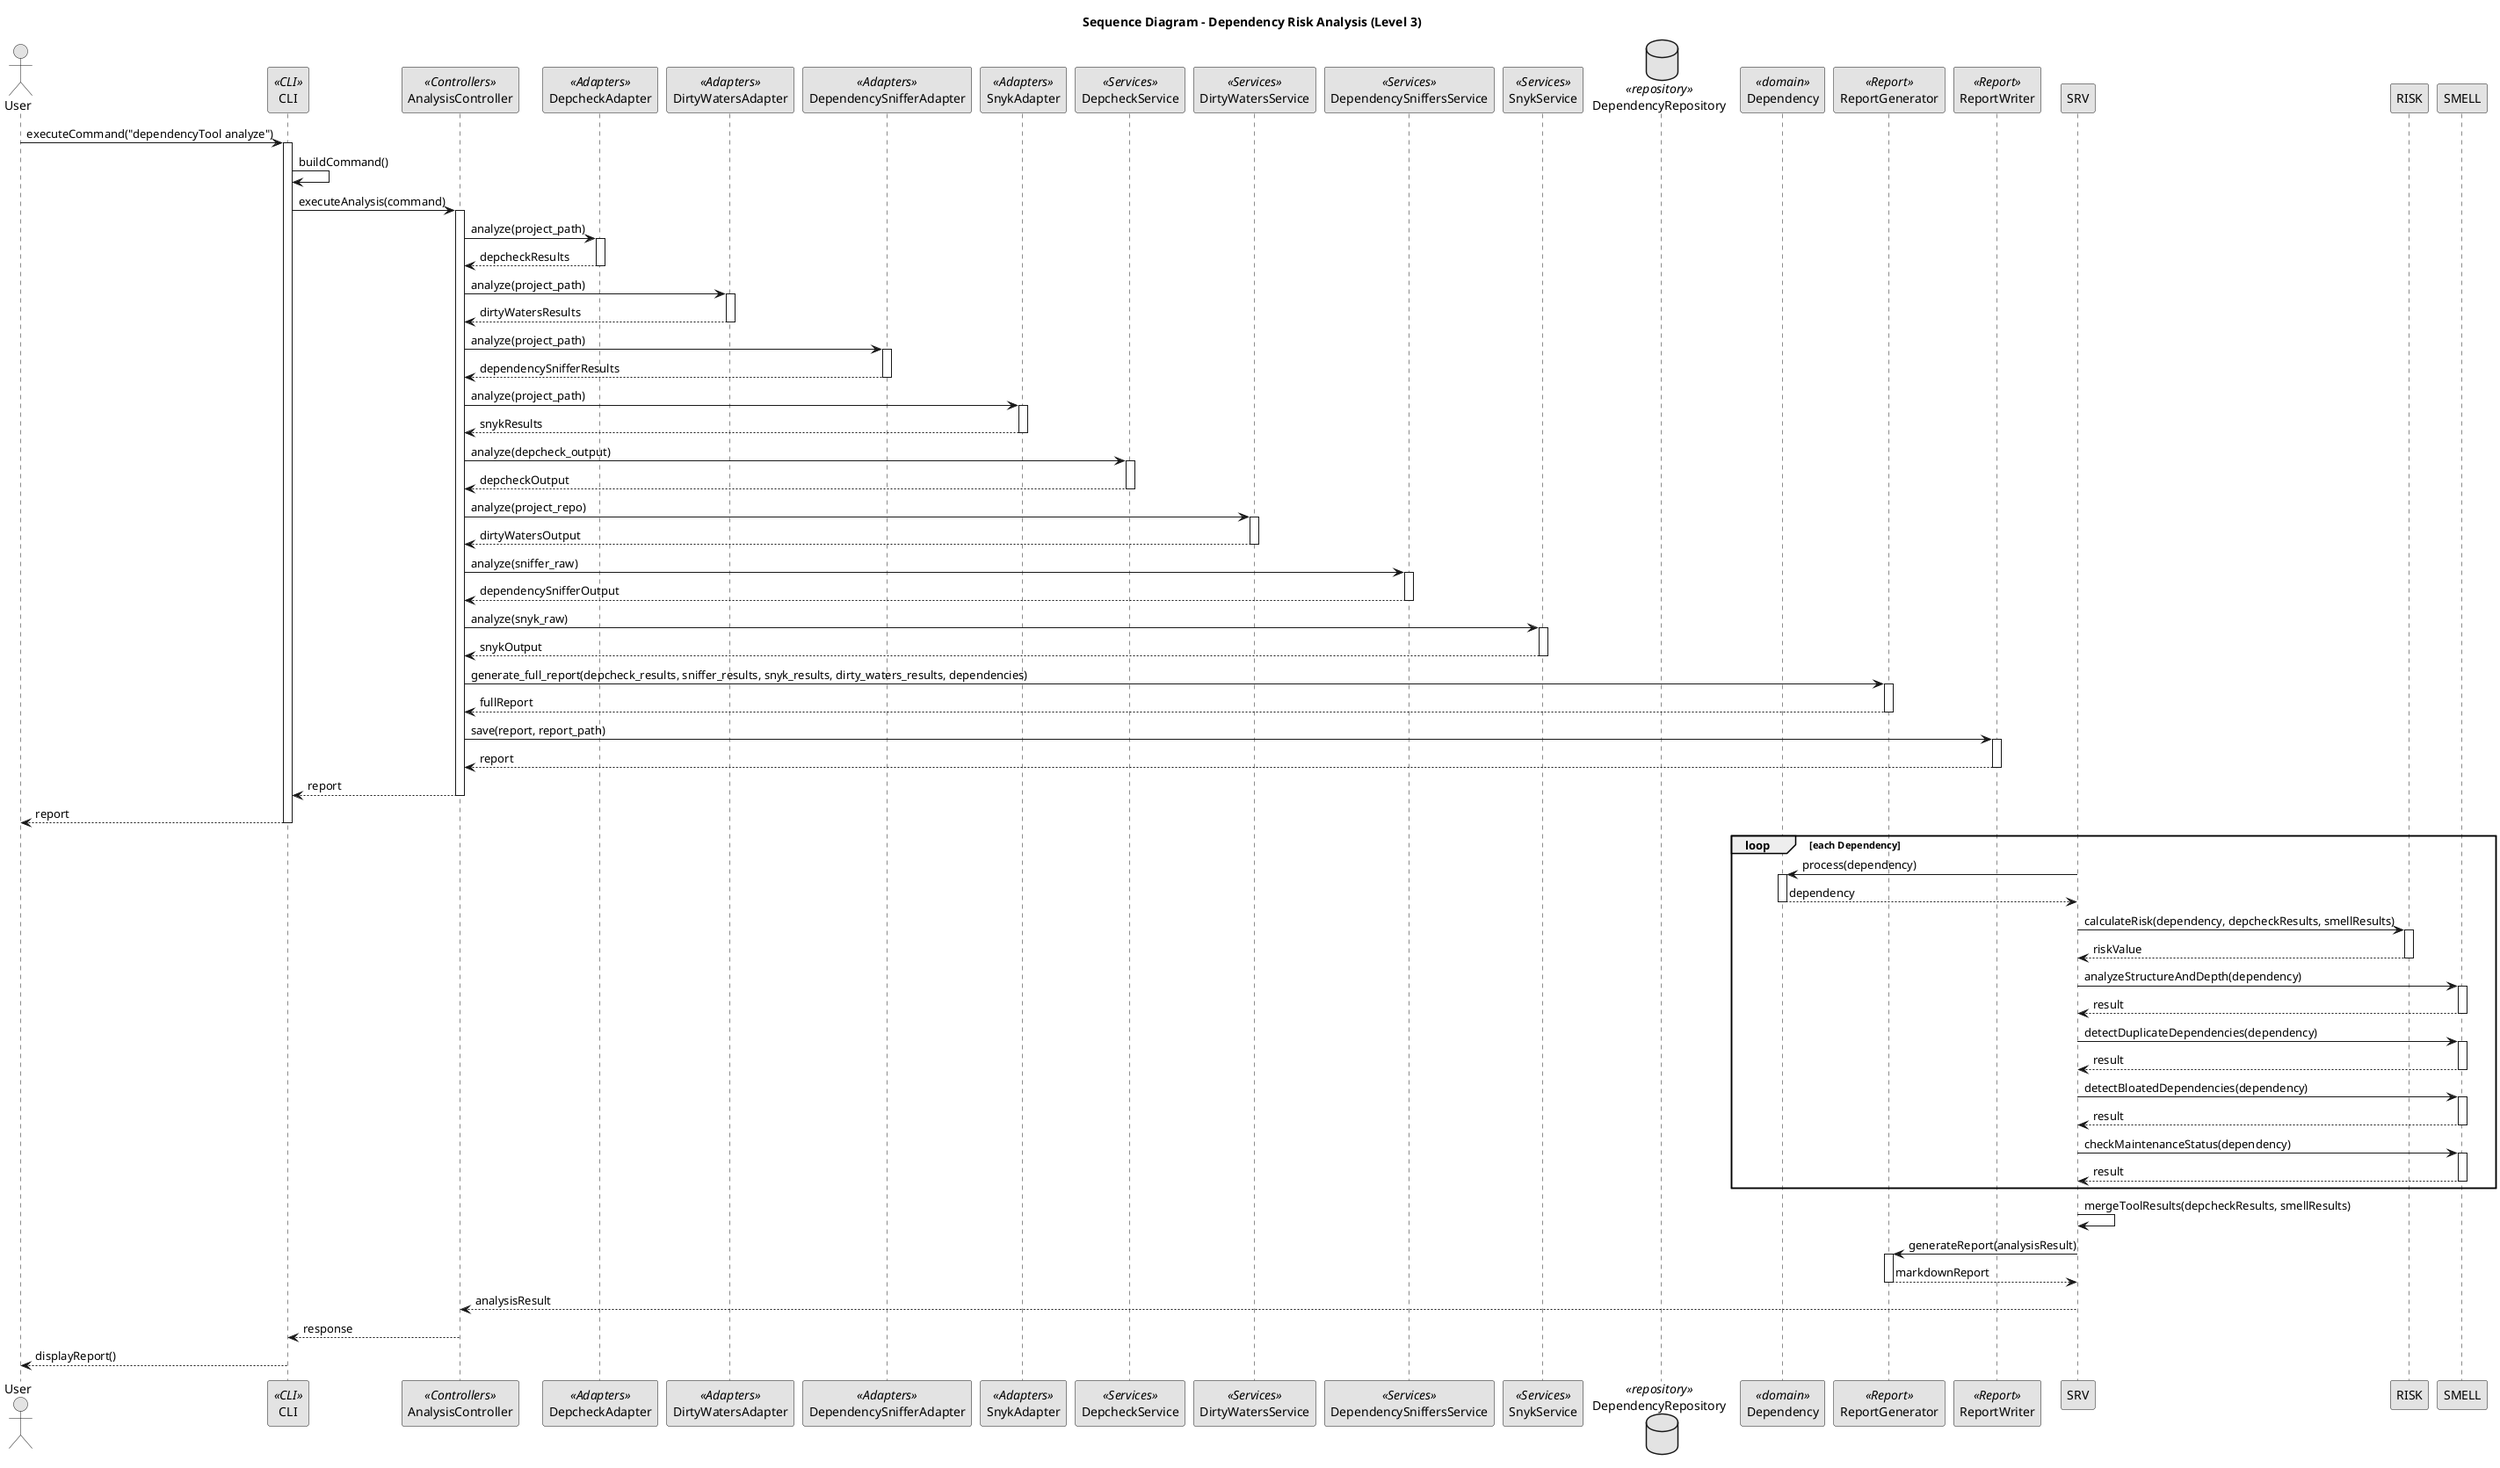
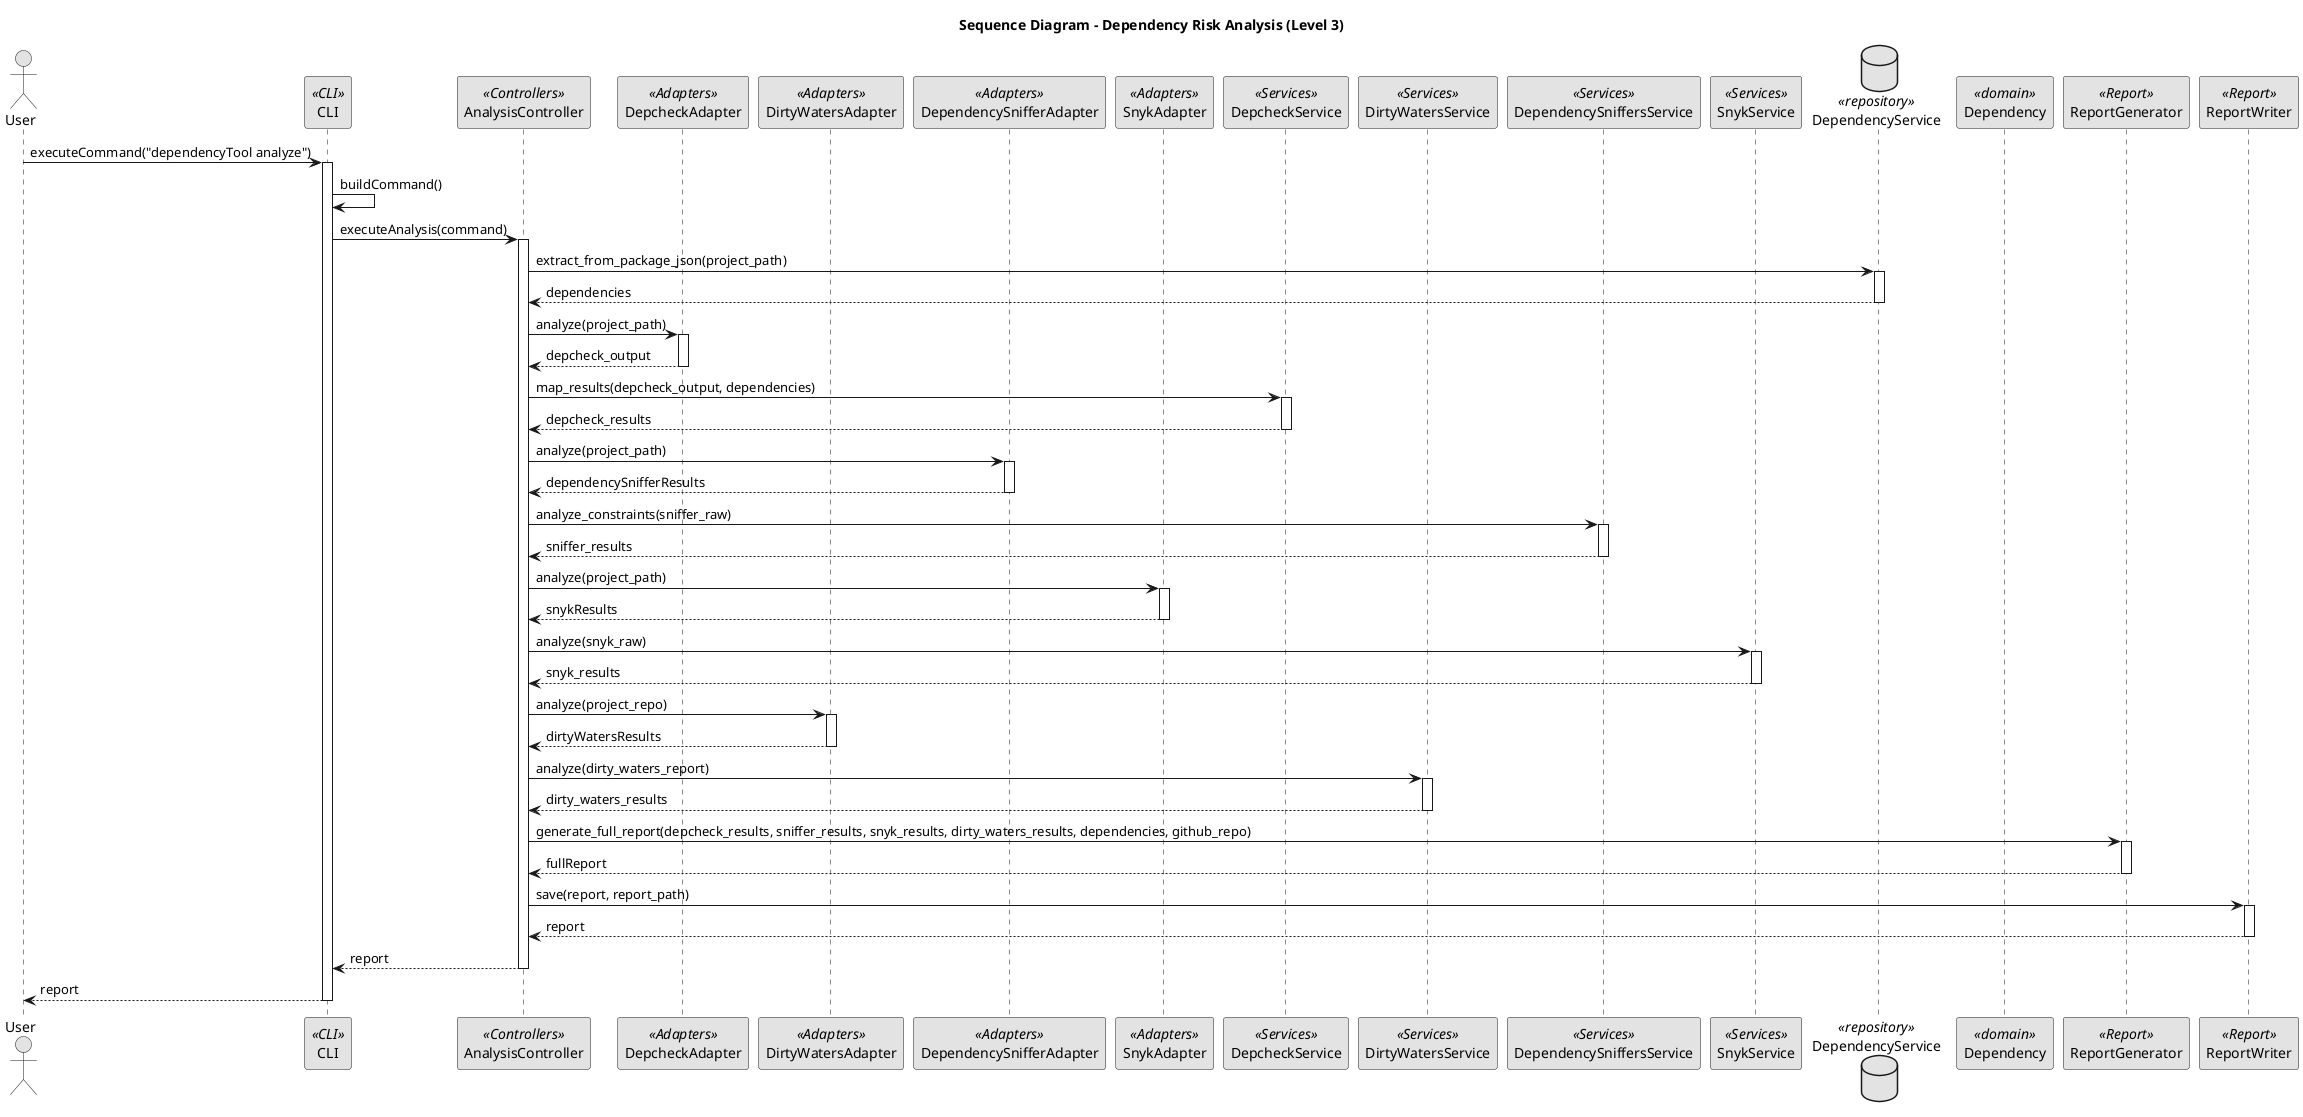
@startuml

title Sequence Diagram - Dependency Risk Analysis (Level 3)
skinparam monochrome true
skinparam shadowing false

actor User
participant "CLI" as CLI <<CLI>>
participant "AnalysisController" as CTRL <<Controllers>>
participant "DepcheckAdapter" as DEP <<Adapters>>
participant "DirtyWatersAdapter" as DW <<Adapters>>
participant "DependencySnifferAdapter" as DS <<Adapters>>
participant "SnykAdapter" as SS <<Adapters>>

participant "DepcheckService" as SD <<Services>>
participant "DirtyWatersService" as SDW <<Services>>
participant "DependencySniffersService" as SDS <<Services>>
participant "SnykService" as SSS <<Services>>

- database "DependencyRepository" as REPO <<repository>>
+ database "DependencyService" as DepSer <<repository>>

participant "Dependency" as DEPDOM <<domain>>

participant "ReportGenerator" as Report <<Report>>
participant "ReportWriter" as ReportW <<Report>>

User -> CLI : executeCommand("dependencyTool analyze")
activate CLI

CLI -> CLI : buildCommand()
CLI -> CTRL : executeAnalysis(command)
activate CTRL

+ CTRL -> DepSer : extract_from_package_json(project_path)
+ activate DepSer
+ 
+ DepSer --> CTRL: dependencies
+ deactivate DepSer
+ 
CTRL -> DEP : analyze(project_path)
activate DEP
- DEP --> CTRL : depcheckResults
+ DEP --> CTRL : depcheck_output
deactivate DEP

- CTRL -> DW : analyze(project_path)
- activate DW
- DW --> CTRL : dirtyWatersResults
- deactivate DW
+ CTRL -> SD : map_results(depcheck_output, dependencies)
+ activate SD
+ SD --> CTRL : depcheck_results
+ deactivate SD

CTRL -> DS : analyze(project_path)
activate DS
DS --> CTRL : dependencySnifferResults
deactivate DS
+ 
+ CTRL -> SDS : analyze_constraints(sniffer_raw)
+ activate SDS
+ SDS --> CTRL : sniffer_results
+ deactivate SDS
+ 

CTRL -> SS : analyze(project_path)
activate SS

SS --> CTRL : snykResults
deactivate SS

- CTRL -> SD : analyze(depcheck_output)
- activate SD
- SD --> CTRL : depcheckOutput
- deactivate SD
+ CTRL -> SSS : analyze(snyk_raw)
+ activate SSS
+ SSS --> CTRL : snyk_results
+ deactivate SSS

- CTRL -> SDW : analyze(project_repo)
+ CTRL -> DW : analyze(project_repo)
+ activate DW
+ DW --> CTRL : dirtyWatersResults
+ deactivate DW
+ 
+ CTRL -> SDW : analyze(dirty_waters_report)
activate SDW
- SDW --> CTRL : dirtyWatersOutput
+ SDW --> CTRL : dirty_waters_results
deactivate SDW

- CTRL -> SDS : analyze(sniffer_raw)
- activate SDS
- SDS --> CTRL : dependencySnifferOutput
- deactivate SDS

- CTRL -> SSS : analyze(snyk_raw)
- activate SSS
- SSS --> CTRL : snykOutput
- deactivate SSS
- 
- CTRL -> Report : generate_full_report(depcheck_results, sniffer_results, snyk_results, dirty_waters_results, dependencies)
+ CTRL -> Report : generate_full_report(depcheck_results, sniffer_results, snyk_results, dirty_waters_results, dependencies, github_repo)
activate Report

Report --> CTRL : fullReport
deactivate Report

CTRL -> ReportW : save(report, report_path)
activate ReportW

ReportW --> CTRL : report
deactivate ReportW

CTRL --> CLI : report
deactivate CTRL

CLI --> User : report
deactivate CLI

- 
- loop each Dependency
- 
-     SRV -> DEPDOM : process(dependency)
-     activate DEPDOM
-     DEPDOM --> SRV : dependency
-     deactivate DEPDOM
- 
-     SRV -> RISK : calculateRisk(dependency, depcheckResults, smellResults)
-     activate RISK
-     RISK --> SRV : riskValue
-     deactivate RISK
- 
-     SRV -> SMELL : analyzeStructureAndDepth(dependency)
-     activate SMELL
-     SMELL --> SRV : result
-     deactivate SMELL
- 
-     SRV -> SMELL : detectDuplicateDependencies(dependency)
-     activate SMELL
-     SMELL --> SRV : result
-     deactivate SMELL
- 
-     SRV -> SMELL : detectBloatedDependencies(dependency)
-     activate SMELL
-     SMELL --> SRV : result
-     deactivate SMELL
- 
-     SRV -> SMELL : checkMaintenanceStatus(dependency)
-     activate SMELL
-     SMELL --> SRV : result
-     deactivate SMELL
- 
- end
- SRV -> SRV : mergeToolResults(depcheckResults, smellResults)
- 
- SRV -> Report : generateReport(analysisResult)
- activate Report
- Report --> SRV : markdownReport
- deactivate Report
- 
- SRV --> CTRL : analysisResult
- deactivate SRV
- 
- CTRL --> CLI : response
- deactivate CTRL
- 
- CLI --> User : displayReport()
- deactivate CLI
- 
@enduml